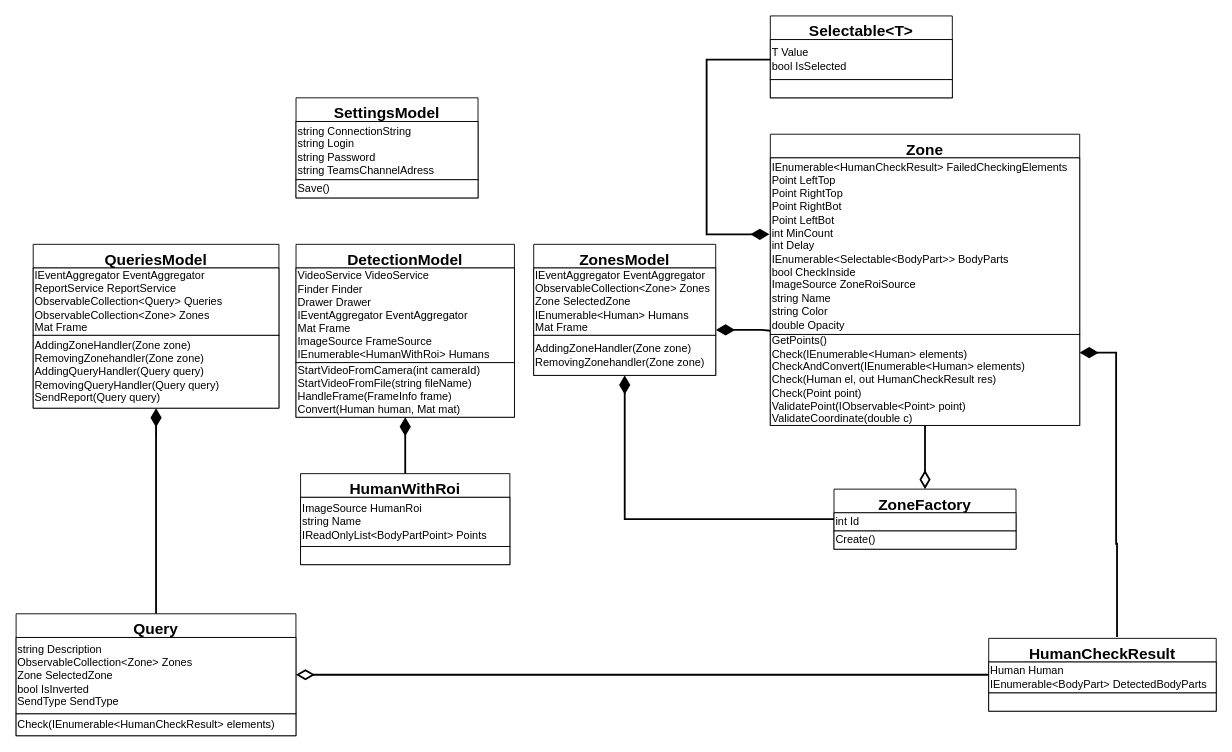
Above: page "Models" (1 of 11) of Engineering/Packets-detailed.drawio in GoldGreen/Skeletonization (draw.io), before the change. Source tidied: cells renumbered, new cells numbered last; positions are measured from the earlier drawing's top-left corner, leaving out a move shared by most shapes. Both pictures are drawn from the tidied source at 91%, with x=0, y=0 at pixel (15, 15).
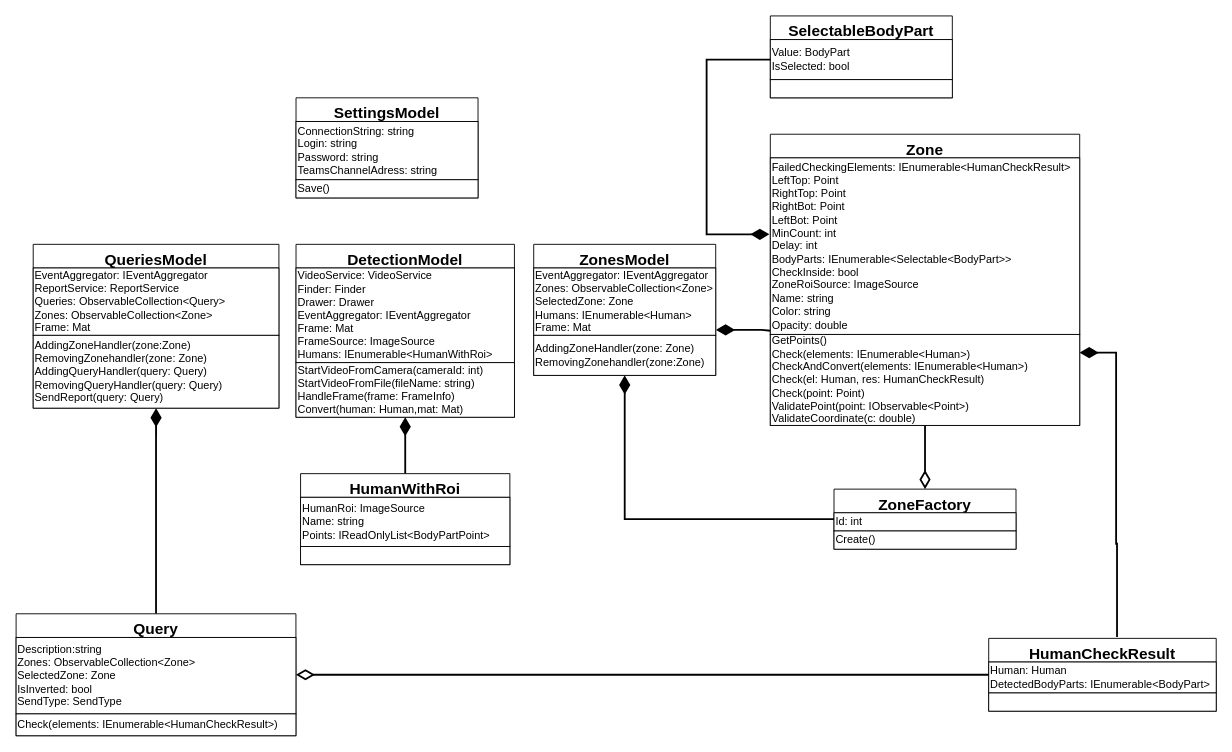
After the change.

The change refers to these unchanged cells:
```xml
<mxCell id="5" value="ZonesModel" style="swimlane;fontStyle=1;align=center;verticalAlign=top;horizontal=1;startSize=26;fontSize=17;" parent="1" vertex="1">
  <mxGeometry x="569" y="251" width="200" height="144" as="geometry" />
</mxCell>
<mxCell id="9" value="ZoneFactory" style="swimlane;fontStyle=1;align=center;verticalAlign=top;horizontal=1;startSize=26;fontSize=17;" parent="1" vertex="1">
  <mxGeometry x="899" y="520" width="200" height="66" as="geometry" />
</mxCell>
<mxCell id="12" value="SettingsModel" style="swimlane;fontStyle=1;align=center;verticalAlign=top;horizontal=1;startSize=26;fontSize=17;" parent="1" vertex="1">
  <mxGeometry x="307.8" y="90" width="200" height="110" as="geometry" />
</mxCell>
<mxCell id="16" value="DetectionModel" style="swimlane;fontStyle=1;align=center;verticalAlign=top;horizontal=1;startSize=26;fontSize=17;" parent="1" vertex="1">
  <mxGeometry x="307.8" y="251" width="240" height="190" as="geometry" />
</mxCell>
<mxCell id="19" value="Zone" style="swimlane;fontStyle=1;align=center;verticalAlign=top;horizontal=1;startSize=26;fontSize=17;" parent="1" vertex="1">
  <mxGeometry x="829" y="130" width="340" height="320" as="geometry" />
</mxCell>
<mxCell id="24" value="QueriesModel" style="swimlane;fontStyle=1;align=center;verticalAlign=top;horizontal=1;startSize=26;fontSize=17;" parent="1" vertex="1">
  <mxGeometry x="19" y="251" width="270" height="180" as="geometry" />
</mxCell>
<mxCell id="27" value="HumanWithRoi" style="swimlane;fontStyle=1;align=center;verticalAlign=top;horizontal=1;startSize=26;fontSize=17;" parent="1" vertex="1">
  <mxGeometry x="312.8" y="503" width="230" height="100" as="geometry" />
</mxCell>
<mxCell id="30" value="HumanCheckResult" style="swimlane;fontStyle=1;align=center;verticalAlign=top;horizontal=1;startSize=26;fontSize=17;" parent="1" vertex="1">
  <mxGeometry x="1069" y="684" width="250" height="80" as="geometry" />
</mxCell>
<mxCell id="37" value="Query" style="swimlane;fontStyle=1;align=center;verticalAlign=top;horizontal=1;startSize=26;fontSize=17;" parent="1" vertex="1">
  <mxGeometry x="0.2" y="657" width="307.5" height="134" as="geometry" />
</mxCell>
```

Diff of the diagram source:
```diff
@@
-    <mxCell id="6" value="IEventAggregator EventAggregator&lt;br&gt;ObservableCollection&amp;lt;Zone&amp;gt; Zones&lt;br&gt;Zone SelectedZone&lt;br&gt;IEnumerable&amp;lt;Human&amp;gt; Humans&lt;br&gt;Mat Frame" style="rounded=0;whiteSpace=wrap;html=1;fontFamily=Helvetica;fontSize=12;fontColor=default;startSize=26;strokeColor=default;fillColor=default;align=left;" parent="5" vertex="1">
+    <mxCell id="6" value="EventAggregator: IEventAggregator&lt;br&gt;Zones: ObservableCollection&amp;lt;Zone&amp;gt;&lt;br&gt;SelectedZone: Zone&amp;nbsp;&lt;br&gt;Humans: IEnumerable&amp;lt;Human&amp;gt;&amp;nbsp;&lt;br&gt;Frame: Mat&amp;nbsp;" style="rounded=0;whiteSpace=wrap;html=1;fontFamily=Helvetica;fontSize=12;fontColor=default;startSize=26;strokeColor=default;fillColor=default;align=left;" parent="5" vertex="1">
       <mxGeometry y="26" width="200" height="74" as="geometry" />
     </mxCell>
-    <mxCell id="7" value="AddingZoneHandler(Zone zone)&lt;br&gt;RemovingZonehandler(Zone zone)" style="rounded=0;whiteSpace=wrap;html=1;fontFamily=Helvetica;fontSize=12;fontColor=default;startSize=26;strokeColor=default;fillColor=default;align=left;" parent="5" vertex="1">
+    <mxCell id="7" value="AddingZoneHandler(zone: Zone)&lt;br&gt;RemovingZonehandler(zone:Zone)" style="rounded=0;whiteSpace=wrap;html=1;fontFamily=Helvetica;fontSize=12;fontColor=default;startSize=26;strokeColor=default;fillColor=default;align=left;" parent="5" vertex="1">
       <mxGeometry y="100" width="200" height="44" as="geometry" />
     </mxCell>
@@
-    <mxCell id="10" value="int Id" style="rounded=0;whiteSpace=wrap;html=1;fontFamily=Helvetica;fontSize=12;fontColor=default;startSize=26;strokeColor=default;fillColor=default;align=left;" parent="9" vertex="1">
+    <mxCell id="10" value="Id: int&amp;nbsp;" style="rounded=0;whiteSpace=wrap;html=1;fontFamily=Helvetica;fontSize=12;fontColor=default;startSize=26;strokeColor=default;fillColor=default;align=left;" parent="9" vertex="1">
       <mxGeometry y="26" width="200" height="20" as="geometry" />
     </mxCell>
@@
-    <mxCell id="13" value="string ConnectionString&lt;br&gt;string Login&lt;br&gt;string Password&lt;br&gt;string TeamsChannelAdress" style="rounded=0;whiteSpace=wrap;html=1;fontFamily=Helvetica;fontSize=12;fontColor=default;startSize=26;strokeColor=default;fillColor=default;align=left;" parent="12" vertex="1">
+    <mxCell id="13" value="ConnectionString: string&lt;br&gt;Login: string&lt;br&gt;Password: string&amp;nbsp;&lt;br&gt;TeamsChannelAdress: string&amp;nbsp;" style="rounded=0;whiteSpace=wrap;html=1;fontFamily=Helvetica;fontSize=12;fontColor=default;startSize=26;strokeColor=default;fillColor=default;align=left;" parent="12" vertex="1">
       <mxGeometry y="26" width="200" height="64" as="geometry" />
     </mxCell>
@@
-    <mxCell id="17" value="VideoService VideoService&lt;br&gt;Finder Finder&lt;br&gt;Drawer Drawer&lt;br&gt;IEventAggregator EventAggregator&lt;br&gt;Mat Frame&lt;br&gt;ImageSource FrameSource&lt;br&gt;IEnumerable&amp;lt;HumanWithRoi&amp;gt; Humans" style="rounded=0;whiteSpace=wrap;html=1;fontFamily=Helvetica;fontSize=12;fontColor=default;startSize=26;strokeColor=default;fillColor=default;align=left;" parent="16" vertex="1">
+    <mxCell id="17" value="VideoService: VideoService&lt;br&gt;Finder: Finder&amp;nbsp;&lt;br&gt;Drawer: Drawer&lt;br&gt;EventAggregator: IEventAggregator&amp;nbsp;&lt;br&gt;Frame: Mat&amp;nbsp;&lt;br&gt;FrameSource: ImageSource&amp;nbsp;&lt;br&gt;Humans: IEnumerable&amp;lt;HumanWithRoi&amp;gt;&amp;nbsp;" style="rounded=0;whiteSpace=wrap;html=1;fontFamily=Helvetica;fontSize=12;fontColor=default;startSize=26;strokeColor=default;fillColor=default;align=left;" parent="16" vertex="1">
       <mxGeometry y="26" width="240" height="104" as="geometry" />
     </mxCell>
-    <mxCell id="18" value="StartVideoFromCamera(int cameraId)&lt;br&gt;StartVideoFromFile(string fileName)&lt;br&gt;HandleFrame(FrameInfo frame)&lt;br&gt;Convert(Human human, Mat mat)" style="rounded=0;whiteSpace=wrap;html=1;fontFamily=Helvetica;fontSize=12;fontColor=default;startSize=26;strokeColor=default;fillColor=default;align=left;" parent="16" vertex="1">
+    <mxCell id="18" value="StartVideoFromCamera(cameraId: int)&lt;br&gt;StartVideoFromFile(fileName: string)&lt;br&gt;HandleFrame(frame: FrameInfo)&lt;br&gt;Convert(human: Human,mat: Mat)" style="rounded=0;whiteSpace=wrap;html=1;fontFamily=Helvetica;fontSize=12;fontColor=default;startSize=26;strokeColor=default;fillColor=default;align=left;" parent="16" vertex="1">
       <mxGeometry y="130" width="240" height="60" as="geometry" />
     </mxCell>
@@
-    <mxCell id="20" value="IEnumerable&amp;lt;HumanCheckResult&amp;gt; FailedCheckingElements&lt;br&gt;&lt;div&gt;Point LeftTop&amp;nbsp;&lt;/div&gt;&lt;div&gt;Point RightTop&lt;/div&gt;&lt;div&gt;Point RightBot&lt;/div&gt;&lt;div&gt;Point LeftBot&amp;nbsp;&lt;/div&gt;&lt;div&gt;int MinCount&lt;br&gt;&lt;/div&gt;&lt;div&gt;int Delay&lt;br&gt;&lt;/div&gt;&lt;div&gt;IEnumerable&amp;lt;Selectable&amp;lt;BodyPart&amp;gt;&amp;gt; BodyParts&lt;br&gt;&lt;/div&gt;&lt;div&gt;bool CheckInside&lt;br&gt;&lt;/div&gt;&lt;div&gt;ImageSource ZoneRoiSource&lt;br&gt;&lt;/div&gt;&lt;div&gt;string Name&lt;br&gt;&lt;/div&gt;&lt;div&gt;string Color&lt;br&gt;&lt;/div&gt;&lt;div&gt;double Opacity&lt;br&gt;&lt;/div&gt;" style="rounded=0;whiteSpace=wrap;html=1;fontFamily=Helvetica;fontSize=12;fontColor=default;startSize=26;strokeColor=default;fillColor=default;align=left;" parent="19" vertex="1">
+    <mxCell id="20" value="FailedCheckingElements: IEnumerable&amp;lt;HumanCheckResult&amp;gt;&amp;nbsp;&lt;br&gt;LeftTop:&amp;nbsp;&lt;span&gt;Point&amp;nbsp;&lt;/span&gt;&lt;br&gt;RightTop:&amp;nbsp;&lt;span&gt;Point&amp;nbsp;&lt;/span&gt;&lt;br&gt;RightBot:&amp;nbsp;&lt;span&gt;Point&amp;nbsp;&lt;/span&gt;&lt;br&gt;LeftBot:&amp;nbsp;&lt;span&gt;Point&amp;nbsp;&amp;nbsp;&lt;/span&gt;&lt;br&gt;MinCount:&amp;nbsp;&lt;span&gt;int&amp;nbsp;&lt;/span&gt;&lt;br&gt;Delay:&amp;nbsp;&lt;span&gt;int&amp;nbsp;&lt;/span&gt;&lt;br&gt;BodyParts:&amp;nbsp;&lt;span&gt;IEnumerable&amp;lt;Selectable&amp;lt;BodyPart&amp;gt;&amp;gt;&amp;nbsp;&lt;/span&gt;&lt;br&gt;CheckInside:&amp;nbsp;&lt;span&gt;bool&amp;nbsp;&lt;/span&gt;&lt;br&gt;ZoneRoiSource:&amp;nbsp;&lt;span&gt;ImageSource&amp;nbsp;&lt;/span&gt;&lt;br&gt;Name:&amp;nbsp;&lt;span&gt;string&amp;nbsp;&lt;/span&gt;&lt;br&gt;Color:&amp;nbsp;&lt;span&gt;string&amp;nbsp;&lt;/span&gt;&lt;br&gt;Opacity:&amp;nbsp;&lt;span&gt;double&lt;/span&gt;" style="rounded=0;whiteSpace=wrap;html=1;fontFamily=Helvetica;fontSize=12;fontColor=default;startSize=26;strokeColor=default;fillColor=default;align=left;" parent="19" vertex="1">
       <mxGeometry y="26" width="340" height="194" as="geometry" />
     </mxCell>
-    <mxCell id="21" value="GetPoints()&lt;br&gt;Check(IEnumerable&amp;lt;Human&amp;gt; elements)&lt;br&gt;CheckAndConvert(IEnumerable&amp;lt;Human&amp;gt; elements)&lt;br&gt;Check(Human el, out HumanCheckResult res)&lt;br&gt;Check(Point point)&lt;br&gt;ValidatePoint(IObservable&amp;lt;Point&amp;gt; point)&lt;br&gt;ValidateCoordinate(double c)" style="rounded=0;whiteSpace=wrap;html=1;fontFamily=Helvetica;fontSize=12;fontColor=default;startSize=26;strokeColor=default;fillColor=default;align=left;" parent="19" vertex="1">
+    <mxCell id="21" value="GetPoints()&lt;br&gt;Check(elements: IEnumerable&amp;lt;Human&amp;gt;)&lt;br&gt;CheckAndConvert(elements: IEnumerable&amp;lt;Human&amp;gt;)&lt;br&gt;Check(el: Human, res: HumanCheckResult)&lt;br&gt;Check(point: Point)&lt;br&gt;ValidatePoint(point: IObservable&amp;lt;Point&amp;gt;)&lt;br&gt;ValidateCoordinate(c: double)" style="rounded=0;whiteSpace=wrap;html=1;fontFamily=Helvetica;fontSize=12;fontColor=default;startSize=26;strokeColor=default;fillColor=default;align=left;" parent="19" vertex="1">
       <mxGeometry y="220" width="340" height="100" as="geometry" />
     </mxCell>
@@
-    <mxCell id="25" value="&lt;span&gt;IEventAggregator EventAggregator&lt;br&gt;&lt;/span&gt;ReportService ReportService&lt;br&gt;&lt;span&gt;ObservableCollection&amp;lt;Query&amp;gt; Queries&lt;br&gt;&lt;/span&gt;ObservableCollection&amp;lt;Zone&amp;gt; Zones&lt;br&gt;&lt;span&gt;Mat Frame&lt;br&gt;&lt;/span&gt;" style="rounded=0;whiteSpace=wrap;html=1;fontFamily=Helvetica;fontSize=12;fontColor=default;startSize=26;strokeColor=default;fillColor=default;align=left;" parent="24" vertex="1">
+    <mxCell id="25" value="EventAggregator:&amp;nbsp;&lt;span&gt;IEventAggregator&lt;br&gt;&lt;/span&gt;ReportService: ReportService&lt;br&gt;Queries:&amp;nbsp;&lt;span&gt;ObservableCollection&amp;lt;Query&amp;gt;&lt;br&gt;&lt;/span&gt;Zones: ObservableCollection&amp;lt;Zone&amp;gt;&lt;br&gt;Frame:&amp;nbsp;&lt;span&gt;Mat&amp;nbsp;&lt;br&gt;&lt;/span&gt;" style="rounded=0;whiteSpace=wrap;html=1;fontFamily=Helvetica;fontSize=12;fontColor=default;startSize=26;strokeColor=default;fillColor=default;align=left;" parent="24" vertex="1">
       <mxGeometry y="26" width="270" height="74" as="geometry" />
     </mxCell>
-    <mxCell id="26" value="&lt;span&gt;AddingZoneHandler(Zone zone)&lt;/span&gt;&lt;br&gt;&lt;span&gt;RemovingZonehandler(Zone zone)&lt;br&gt;&lt;/span&gt;AddingQueryHandler(Query query)&lt;br&gt;RemovingQueryHandler(Query query)&lt;br&gt;SendReport(Query query)&lt;span&gt;&lt;br&gt;&lt;/span&gt;" style="rounded=0;whiteSpace=wrap;html=1;fontFamily=Helvetica;fontSize=12;fontColor=default;startSize=26;strokeColor=default;fillColor=default;align=left;" parent="24" vertex="1">
+    <mxCell id="26" value="&lt;span&gt;AddingZoneHandler(&lt;/span&gt;zone:&lt;span&gt;Zone)&lt;/span&gt;&lt;br&gt;&lt;span&gt;RemovingZonehandler(zone: Zone)&lt;br&gt;&lt;/span&gt;AddingQueryHandler(query: Query)&lt;br&gt;RemovingQueryHandler(query: Query)&lt;br&gt;SendReport(query: Query)&lt;span&gt;&lt;br&gt;&lt;/span&gt;" style="rounded=0;whiteSpace=wrap;html=1;fontFamily=Helvetica;fontSize=12;fontColor=default;startSize=26;strokeColor=default;fillColor=default;align=left;" parent="24" vertex="1">
       <mxGeometry y="100" width="270" height="80" as="geometry" />
     </mxCell>
@@
-    <mxCell id="28" value="ImageSource HumanRoi&lt;br&gt;string Name&lt;br&gt;IReadOnlyList&amp;lt;BodyPartPoint&amp;gt; Points" style="rounded=0;whiteSpace=wrap;html=1;fontFamily=Helvetica;fontSize=12;fontColor=default;startSize=26;strokeColor=default;fillColor=default;align=left;" parent="27" vertex="1">
+    <mxCell id="28" value="HumanRoi: ImageSource&amp;nbsp;&lt;br&gt;Name: string&amp;nbsp;&lt;br&gt;Points: IReadOnlyList&amp;lt;BodyPartPoint&amp;gt;&amp;nbsp;" style="rounded=0;whiteSpace=wrap;html=1;fontFamily=Helvetica;fontSize=12;fontColor=default;startSize=26;strokeColor=default;fillColor=default;align=left;" parent="27" vertex="1">
       <mxGeometry y="26" width="230" height="54" as="geometry" />
     </mxCell>
@@
-    <mxCell id="31" value="Human Human&lt;br&gt;IEnumerable&amp;lt;BodyPart&amp;gt; DetectedBodyParts" style="rounded=0;whiteSpace=wrap;html=1;fontFamily=Helvetica;fontSize=12;fontColor=default;startSize=26;strokeColor=default;fillColor=default;align=left;" parent="30" vertex="1">
+    <mxCell id="31" value="Human: Human&amp;nbsp;&lt;br&gt;DetectedBodyParts: IEnumerable&amp;lt;BodyPart&amp;gt;&amp;nbsp;" style="rounded=0;whiteSpace=wrap;html=1;fontFamily=Helvetica;fontSize=12;fontColor=default;startSize=26;strokeColor=default;fillColor=default;align=left;" parent="30" vertex="1">
       <mxGeometry y="26" width="250" height="34" as="geometry" />
     </mxCell>
@@
-    <mxCell id="33" value="Selectable&lt;T&gt;" style="swimlane;fontStyle=1;align=center;verticalAlign=top;horizontal=1;startSize=26;fontSize=17;" parent="1" vertex="1">
+    <mxCell id="33" value="SelectableBodyPart" style="swimlane;fontStyle=1;align=center;verticalAlign=top;horizontal=1;startSize=26;fontSize=17;" parent="1" vertex="1">
       <mxGeometry x="829" width="200" height="90" as="geometry" />
     </mxCell>
-    <mxCell id="34" value="T Value&lt;br&gt;bool IsSelected" style="rounded=0;whiteSpace=wrap;html=1;fontFamily=Helvetica;fontSize=12;fontColor=default;startSize=26;strokeColor=default;fillColor=default;align=left;" parent="33" vertex="1">
+    <mxCell id="34" value="Value: BodyPart&amp;nbsp;&lt;br&gt;IsSelected: bool&amp;nbsp;" style="rounded=0;whiteSpace=wrap;html=1;fontFamily=Helvetica;fontSize=12;fontColor=default;startSize=26;strokeColor=default;fillColor=default;align=left;" parent="33" vertex="1">
       <mxGeometry y="26" width="200" height="44" as="geometry" />
     </mxCell>
@@
-    <mxCell id="38" value="&lt;span&gt;string Description&lt;br&gt;ObservableCollection&amp;lt;Zone&amp;gt; Zones&lt;br&gt;Zone SelectedZone&lt;br&gt;bool IsInverted&lt;br&gt;SendType SendType&lt;br&gt;&lt;/span&gt;" style="rounded=0;whiteSpace=wrap;html=1;fontFamily=Helvetica;fontSize=12;fontColor=default;startSize=26;strokeColor=default;fillColor=default;align=left;" parent="37" vertex="1">
+    <mxCell id="38" value="&lt;span&gt;Description:&lt;/span&gt;string&lt;span&gt;&lt;br&gt;&lt;/span&gt;Zones:&amp;nbsp;&lt;span&gt;ObservableCollection&amp;lt;Zone&amp;gt;&amp;nbsp;&lt;br&gt;&lt;/span&gt;SelectedZone:&amp;nbsp;&lt;span&gt;Zone&amp;nbsp;&lt;br&gt;&lt;/span&gt;IsInverted:&amp;nbsp;&lt;span&gt;bool&amp;nbsp;&lt;br&gt;&lt;/span&gt;SendType:&amp;nbsp;&lt;span&gt;SendType&amp;nbsp;&lt;br&gt;&lt;/span&gt;" style="rounded=0;whiteSpace=wrap;html=1;fontFamily=Helvetica;fontSize=12;fontColor=default;startSize=26;strokeColor=default;fillColor=default;align=left;" parent="37" vertex="1">
       <mxGeometry y="26" width="307.5" height="84" as="geometry" />
     </mxCell>
-    <mxCell id="39" value="Check(IEnumerable&amp;lt;&lt;span style=&quot;font-size: 12px ; text-align: center&quot;&gt;HumanCheckResult&lt;/span&gt;&amp;gt; elements)" style="rounded=0;whiteSpace=wrap;html=1;fontFamily=Helvetica;fontSize=12;fontColor=default;startSize=26;strokeColor=default;fillColor=default;align=left;" parent="37" vertex="1">
+    <mxCell id="39" value="Check(elements:&amp;nbsp;IEnumerable&amp;lt;&lt;span style=&quot;font-size: 12px ; text-align: center&quot;&gt;HumanCheckResult&lt;/span&gt;&amp;gt;)" style="rounded=0;whiteSpace=wrap;html=1;fontFamily=Helvetica;fontSize=12;fontColor=default;startSize=26;strokeColor=default;fillColor=default;align=left;" parent="37" vertex="1">
       <mxGeometry y="110" width="307.5" height="24" as="geometry" />
     </mxCell>
```
